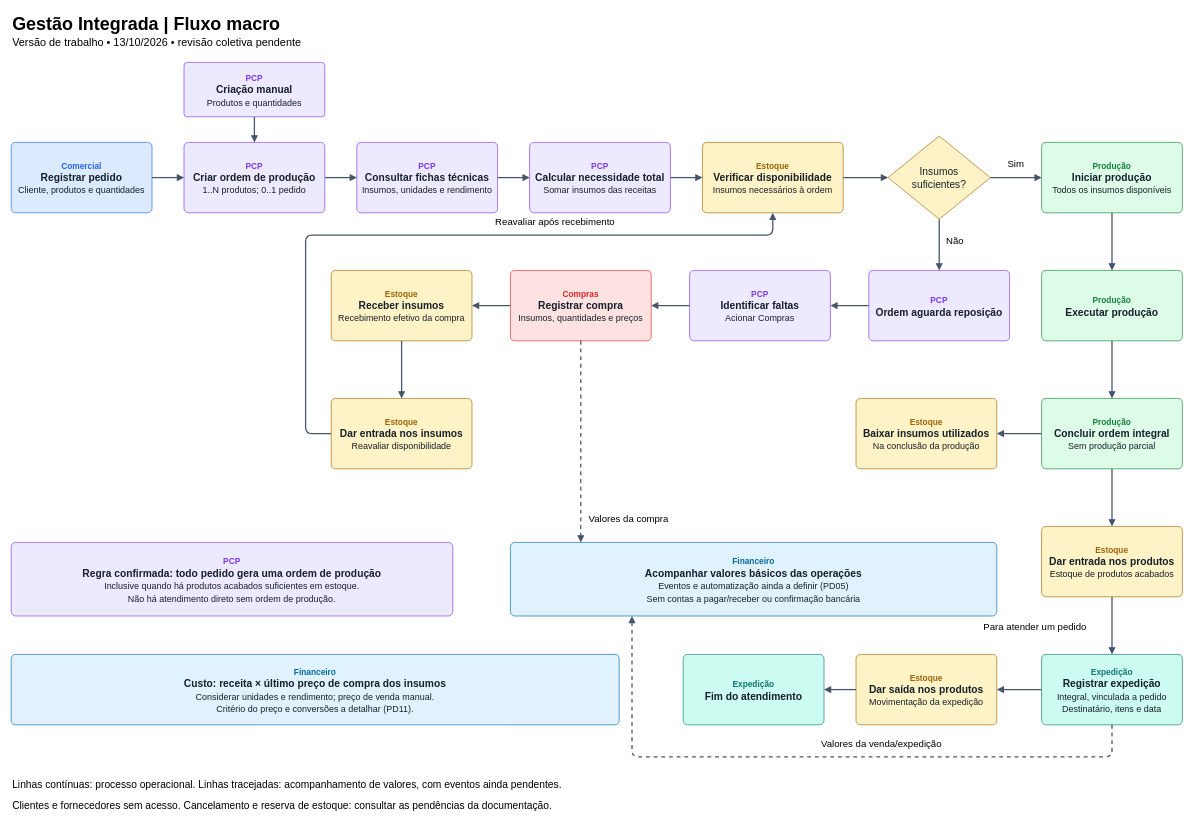
Above: docs/03-modelagem/fluxo-macro/fluxo-macro.drawio in edumoreira7/TCC---Gestao-Integrada (draw.io), before the change. Source tidied: cells renumbered, new cells numbered last; positions are measured from the earlier drawing's top-left corner, leaving out a move shared by most shapes. Both pictures are drawn from the tidied source at 64%, with x=0, y=0 at pixel (11, 11).
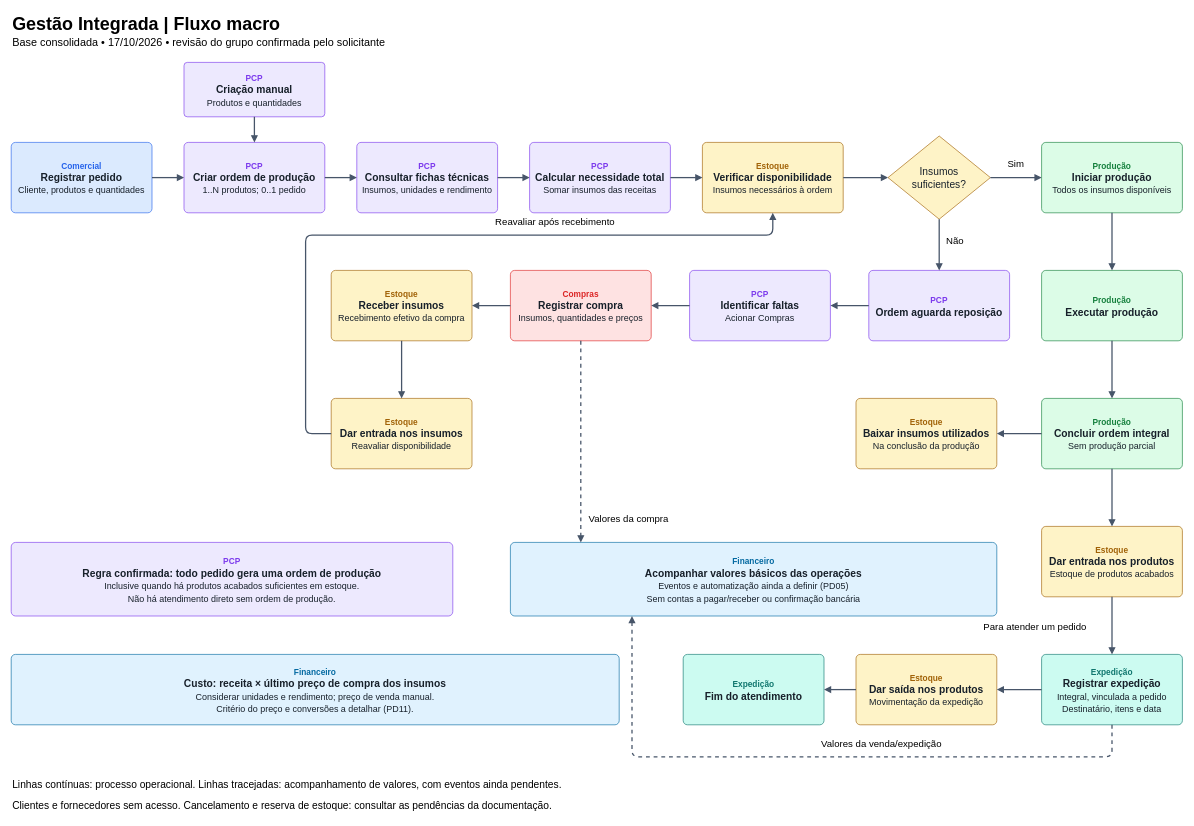
Above is the later version.

Change to the diagram source:
```diff
@@
-    <mxCell id="3" value="Versão de trabalho • 13/10/2026 • revisão coletiva pendente" style="text;html=1;align=left;verticalAlign=middle;whiteSpace=wrap;fontFamily=Arial;fontSize=17;" parent="1" vertex="1">
+    <mxCell id="3" value="Base consolidada • 17/10/2026 • revisão do grupo confirmada pelo solicitante" style="text;html=1;align=left;verticalAlign=middle;whiteSpace=wrap;fontFamily=Arial;fontSize=17;" parent="1" vertex="1">
       <mxGeometry y="35" width="1400" height="30" as="geometry" />
     </mxCell>
```
